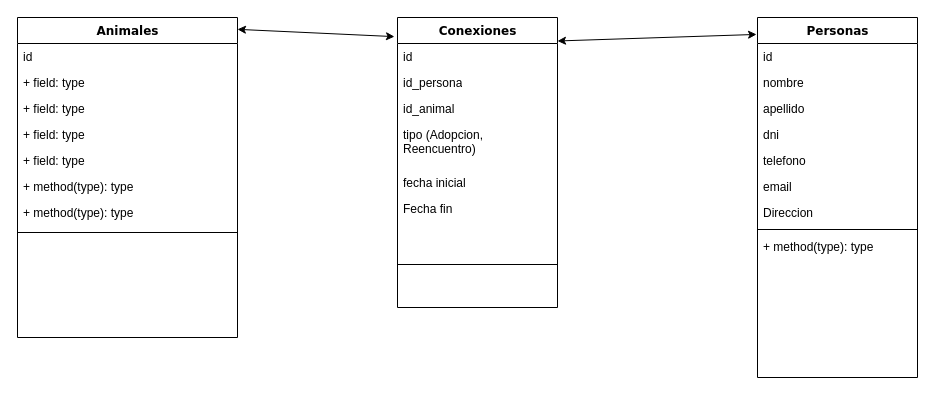
LucasMarengo/Api-Adopcion keeps this draw.io diagram as Untitled Diagram.drawio. Above is the earlier version. Source tidied: cells renumbered, new cells numbered last; positions are measured from the earlier drawing's top-left corner, leaving out a move shared by most shapes. Both pictures are drawn from the tidied source at 100%, with x=0, y=0 at pixel (17, 17).
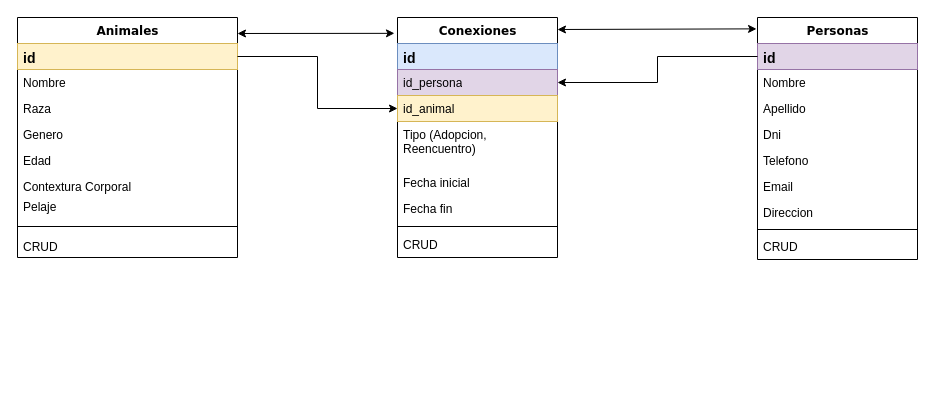
Above is the later version.

Commit message:
diagrama base inicial.drawio

Change to the diagram source:
```diff
@@
     <mxCell id="2" value="Personas" style="swimlane;html=1;fontStyle=1;align=center;verticalAlign=top;horizontal=1;startSize=26;swimlaneFillColor=#ffffff;rounded=0;shadow=0;comic=0;labelBackgroundColor=none;strokeWidth=1;fillColor=none;fontFamily=Verdana;fontSize=12;" parent="1" vertex="1">
-      <mxGeometry x="740" width="160" height="360" as="geometry" />
+      <mxGeometry x="740" width="160" height="242" as="geometry" />
     </mxCell>
-    <mxCell id="3" value="id" style="text;html=1;strokeColor=none;fillColor=none;align=left;verticalAlign=top;spacingLeft=4;spacingRight=4;whiteSpace=wrap;overflow=hidden;points=[[0,0.5],[1,0.5]];portConstraint=eastwest;" parent="2" vertex="1">
+    <mxCell id="3" value="id" style="text;html=1;strokeColor=#9673a6;fillColor=#e1d5e7;align=left;verticalAlign=top;spacingLeft=4;spacingRight=4;whiteSpace=wrap;overflow=hidden;points=[[0,0.5],[1,0.5]];portConstraint=eastwest;fontStyle=1;fontSize=14;" parent="2" vertex="1">
       <mxGeometry y="26" width="160" height="26" as="geometry" />
     </mxCell>
-    <mxCell id="4" value="nombre" style="text;html=1;strokeColor=none;fillColor=none;align=left;verticalAlign=top;spacingLeft=4;spacingRight=4;whiteSpace=wrap;overflow=hidden;" parent="2" vertex="1">
+    <mxCell id="4" value="Nombre" style="text;html=1;strokeColor=none;fillColor=none;align=left;verticalAlign=top;spacingLeft=4;spacingRight=4;whiteSpace=wrap;overflow=hidden;" parent="2" vertex="1">
       <mxGeometry y="52" width="160" height="26" as="geometry" />
     </mxCell>
-    <mxCell id="5" value="apellido" style="text;html=1;strokeColor=none;fillColor=none;align=left;verticalAlign=top;spacingLeft=4;spacingRight=4;whiteSpace=wrap;overflow=hidden;" parent="2" vertex="1">
+    <mxCell id="5" value="Apellido" style="text;html=1;strokeColor=none;fillColor=none;align=left;verticalAlign=top;spacingLeft=4;spacingRight=4;whiteSpace=wrap;overflow=hidden;" parent="2" vertex="1">
       <mxGeometry y="78" width="160" height="26" as="geometry" />
     </mxCell>
-    <mxCell id="6" value="dni" style="text;html=1;strokeColor=none;fillColor=none;align=left;verticalAlign=top;spacingLeft=4;spacingRight=4;whiteSpace=wrap;overflow=hidden;" parent="2" vertex="1">
+    <mxCell id="6" value="Dni" style="text;html=1;strokeColor=none;fillColor=none;align=left;verticalAlign=top;spacingLeft=4;spacingRight=4;whiteSpace=wrap;overflow=hidden;" parent="2" vertex="1">
       <mxGeometry y="104" width="160" height="26" as="geometry" />
     </mxCell>
-    <mxCell id="7" value="telefono" style="text;html=1;strokeColor=none;fillColor=none;align=left;verticalAlign=top;spacingLeft=4;spacingRight=4;whiteSpace=wrap;overflow=hidden;" parent="2" vertex="1">
+    <mxCell id="7" value="Telefono" style="text;html=1;strokeColor=none;fillColor=none;align=left;verticalAlign=top;spacingLeft=4;spacingRight=4;whiteSpace=wrap;overflow=hidden;" parent="2" vertex="1">
       <mxGeometry y="130" width="160" height="26" as="geometry" />
     </mxCell>
-    <mxCell id="8" value="email" style="text;html=1;strokeColor=none;fillColor=none;align=left;verticalAlign=top;spacingLeft=4;spacingRight=4;whiteSpace=wrap;overflow=hidden;" parent="2" vertex="1">
+    <mxCell id="8" value="Email" style="text;html=1;strokeColor=none;fillColor=none;align=left;verticalAlign=top;spacingLeft=4;spacingRight=4;whiteSpace=wrap;overflow=hidden;" parent="2" vertex="1">
       <mxGeometry y="156" width="160" height="26" as="geometry" />
     </mxCell>
@@
-    <mxCell id="11" value="+ method(type): type" style="text;html=1;strokeColor=none;fillColor=none;align=left;verticalAlign=top;spacingLeft=4;spacingRight=4;whiteSpace=wrap;overflow=hidden;" parent="2" vertex="1">
+    <mxCell id="11" value="CRUD" style="text;html=1;strokeColor=none;fillColor=none;align=left;verticalAlign=top;spacingLeft=4;spacingRight=4;whiteSpace=wrap;overflow=hidden;" parent="2" vertex="1">
       <mxGeometry y="216" width="160" height="26" as="geometry" />
     </mxCell>
     <mxCell id="12" value="Animales" style="swimlane;html=1;fontStyle=1;align=center;verticalAlign=top;horizontal=1;startSize=26;swimlaneFillColor=#ffffff;rounded=0;shadow=0;comic=0;labelBackgroundColor=none;strokeWidth=1;fillColor=none;fontFamily=Verdana;fontSize=12;" parent="1" vertex="1">
-      <mxGeometry width="220" height="320" as="geometry" />
+      <mxGeometry width="220" height="240" as="geometry" />
     </mxCell>
-    <mxCell id="13" value="id&lt;br&gt;" style="text;html=1;strokeColor=none;fillColor=none;align=left;verticalAlign=top;spacingLeft=4;spacingRight=4;whiteSpace=wrap;overflow=hidden;points=[[0,0.5],[1,0.5]];portConstraint=eastwest;" parent="12" vertex="1">
+    <mxCell id="13" value="id&lt;br style=&quot;font-size: 14px;&quot;&gt;" style="text;html=1;strokeColor=#d6b656;fillColor=#fff2cc;align=left;verticalAlign=top;spacingLeft=4;spacingRight=4;whiteSpace=wrap;overflow=hidden;points=[[0,0.5],[1,0.5]];portConstraint=eastwest;fontStyle=1;fontSize=14;" parent="12" vertex="1">
       <mxGeometry y="26" width="220" height="26" as="geometry" />
     </mxCell>
-    <mxCell id="14" value="+ field: type" style="text;html=1;strokeColor=none;fillColor=none;align=left;verticalAlign=top;spacingLeft=4;spacingRight=4;whiteSpace=wrap;overflow=hidden;" parent="12" vertex="1">
+    <mxCell id="14" value="Nombre" style="text;html=1;strokeColor=none;fillColor=none;align=left;verticalAlign=top;spacingLeft=4;spacingRight=4;whiteSpace=wrap;overflow=hidden;" parent="12" vertex="1">
       <mxGeometry y="52" width="220" height="26" as="geometry" />
     </mxCell>
-    <mxCell id="15" value="+ field: type" style="text;html=1;strokeColor=none;fillColor=none;align=left;verticalAlign=top;spacingLeft=4;spacingRight=4;whiteSpace=wrap;overflow=hidden;" parent="12" vertex="1">
+    <mxCell id="15" value="Raza" style="text;html=1;strokeColor=none;fillColor=none;align=left;verticalAlign=top;spacingLeft=4;spacingRight=4;whiteSpace=wrap;overflow=hidden;" parent="12" vertex="1">
       <mxGeometry y="78" width="220" height="26" as="geometry" />
     </mxCell>
-    <mxCell id="16" value="+ field: type" style="text;html=1;strokeColor=none;fillColor=none;align=left;verticalAlign=top;spacingLeft=4;spacingRight=4;whiteSpace=wrap;overflow=hidden;" parent="12" vertex="1">
+    <mxCell id="16" value="Genero" style="text;html=1;strokeColor=none;fillColor=none;align=left;verticalAlign=top;spacingLeft=4;spacingRight=4;whiteSpace=wrap;overflow=hidden;" parent="12" vertex="1">
       <mxGeometry y="104" width="220" height="26" as="geometry" />
     </mxCell>
+    <mxCell id="18" value="Edad" style="text;html=1;strokeColor=none;fillColor=none;align=left;verticalAlign=top;spacingLeft=4;spacingRight=4;whiteSpace=wrap;overflow=hidden;" parent="12" vertex="1">
+      <mxGeometry y="130" width="220" height="26" as="geometry" />
+    </mxCell>
+    <mxCell id="31" value="Contextura Corporal" style="text;html=1;strokeColor=none;fillColor=none;align=left;verticalAlign=top;whiteSpace=wrap;rounded=0;spacingLeft=4;spacingRight=4;" parent="12" vertex="1">
+      <mxGeometry y="156" width="220" height="20" as="geometry" />
+    </mxCell>
-    <mxCell id="17" value="+ field: type" style="text;html=1;strokeColor=none;fillColor=none;align=left;verticalAlign=top;spacingLeft=4;spacingRight=4;whiteSpace=wrap;overflow=hidden;" parent="12" vertex="1">
-      <mxGeometry y="130" width="220" height="26" as="geometry" />
+    <mxCell id="17" value="Pelaje" style="text;html=1;strokeColor=none;fillColor=none;align=left;verticalAlign=top;spacingLeft=4;spacingRight=4;whiteSpace=wrap;overflow=hidden;" parent="12" vertex="1">
+      <mxGeometry y="176" width="220" height="26" as="geometry" />
     </mxCell>
-    <mxCell id="18" value="+ method(type): type" style="text;html=1;strokeColor=none;fillColor=none;align=left;verticalAlign=top;spacingLeft=4;spacingRight=4;whiteSpace=wrap;overflow=hidden;" parent="12" vertex="1">
-      <mxGeometry y="156" width="220" height="26" as="geometry" />
-    </mxCell>
+    <mxCell id="20" style="line;html=1;strokeWidth=1;fillColor=none;align=left;verticalAlign=middle;spacingTop=-1;spacingLeft=3;spacingRight=3;labelPosition=right;" parent="12" vertex="1">
+      <mxGeometry y="202" width="220" height="14" as="geometry" />
+    </mxCell>
-    <mxCell id="19" value="+ method(type): type" style="text;html=1;strokeColor=none;fillColor=none;align=left;verticalAlign=top;spacingLeft=4;spacingRight=4;whiteSpace=wrap;overflow=hidden;" parent="12" vertex="1">
-      <mxGeometry y="182" width="220" height="26" as="geometry" />
+    <mxCell id="19" value="CRUD" style="text;html=1;strokeColor=none;fillColor=none;align=left;verticalAlign=top;spacingLeft=4;spacingRight=4;whiteSpace=wrap;overflow=hidden;" parent="12" vertex="1">
+      <mxGeometry y="216" width="220" height="22" as="geometry" />
     </mxCell>
-    <mxCell id="20" style="line;html=1;strokeWidth=1;fillColor=none;align=left;verticalAlign=middle;spacingTop=-1;spacingLeft=3;spacingRight=3;labelPosition=right;" parent="12" vertex="1">
-      <mxGeometry y="208" width="220" height="14" as="geometry" />
-    </mxCell>
     <mxCell id="21" value="Conexiones" style="swimlane;html=1;fontStyle=1;align=center;verticalAlign=top;horizontal=1;startSize=26;swimlaneFillColor=#ffffff;rounded=0;shadow=0;comic=0;labelBackgroundColor=none;strokeWidth=1;fillColor=none;fontFamily=Verdana;fontSize=12;" parent="1" vertex="1">
-      <mxGeometry x="380" width="160" height="290" as="geometry" />
+      <mxGeometry x="380" width="160" height="240" as="geometry" />
     </mxCell>
-    <mxCell id="22" value="id" style="text;html=1;strokeColor=none;fillColor=none;align=left;verticalAlign=top;spacingLeft=4;spacingRight=4;whiteSpace=wrap;overflow=hidden;" parent="21" vertex="1">
+    <mxCell id="22" value="id" style="text;html=1;strokeColor=#6c8ebf;fillColor=#dae8fc;align=left;verticalAlign=top;spacingLeft=4;spacingRight=4;whiteSpace=wrap;overflow=hidden;fontSize=14;fontStyle=1;" parent="21" vertex="1">
       <mxGeometry y="26" width="160" height="26" as="geometry" />
     </mxCell>
-    <mxCell id="23" value="id_persona" style="text;html=1;strokeColor=none;fillColor=none;align=left;verticalAlign=top;spacingLeft=4;spacingRight=4;whiteSpace=wrap;overflow=hidden;points=[[0,0.5],[1,0.5]];portConstraint=eastwest;" parent="21" vertex="1">
+    <mxCell id="23" value="id_persona" style="text;html=1;strokeColor=#9673a6;fillColor=#e1d5e7;align=left;verticalAlign=top;spacingLeft=4;spacingRight=4;whiteSpace=wrap;overflow=hidden;points=[[0,0.5],[1,0.5]];portConstraint=eastwest;" parent="21" vertex="1">
       <mxGeometry y="52" width="160" height="26" as="geometry" />
     </mxCell>
-    <mxCell id="24" value="id_animal" style="text;html=1;strokeColor=none;fillColor=none;align=left;verticalAlign=top;spacingLeft=4;spacingRight=4;whiteSpace=wrap;overflow=hidden;points=[[0,0.5],[1,0.5]];portConstraint=eastwest;" parent="21" vertex="1">
+    <mxCell id="24" value="id_animal" style="text;html=1;strokeColor=#d6b656;fillColor=#fff2cc;align=left;verticalAlign=top;spacingLeft=4;spacingRight=4;whiteSpace=wrap;overflow=hidden;points=[[0,0.5],[1,0.5]];portConstraint=eastwest;" parent="21" vertex="1">
       <mxGeometry y="78" width="160" height="26" as="geometry" />
     </mxCell>
-    <mxCell id="25" value="tipo (Adopcion, Reencuentro)" style="text;html=1;strokeColor=none;fillColor=none;align=left;verticalAlign=top;spacingLeft=4;spacingRight=4;whiteSpace=wrap;overflow=hidden;" parent="21" vertex="1">
+    <mxCell id="25" value="Tipo (Adopcion, Reencuentro)" style="text;html=1;strokeColor=none;fillColor=none;align=left;verticalAlign=top;spacingLeft=4;spacingRight=4;whiteSpace=wrap;overflow=hidden;" parent="21" vertex="1">
       <mxGeometry y="104" width="160" height="48" as="geometry" />
     </mxCell>
-    <mxCell id="26" value="fecha inicial" style="text;html=1;strokeColor=none;fillColor=none;align=left;verticalAlign=top;spacingLeft=4;spacingRight=4;whiteSpace=wrap;overflow=hidden;" parent="21" vertex="1">
+    <mxCell id="26" value="Fecha inicial" style="text;html=1;strokeColor=none;fillColor=none;align=left;verticalAlign=top;spacingLeft=4;spacingRight=4;whiteSpace=wrap;overflow=hidden;" parent="21" vertex="1">
       <mxGeometry y="152" width="160" height="26" as="geometry" />
     </mxCell>
@@
     <mxCell id="28" style="line;html=1;strokeWidth=1;fillColor=none;align=left;verticalAlign=middle;spacingTop=-1;spacingLeft=3;spacingRight=3;labelPosition=right;" parent="21" vertex="1">
-      <mxGeometry y="204" width="160" height="86" as="geometry" />
+      <mxGeometry y="204" width="160" height="10" as="geometry" />
     </mxCell>
+    <mxCell id="32" value="CRUD" style="text;html=1;strokeColor=none;fillColor=none;align=left;verticalAlign=top;whiteSpace=wrap;rounded=0;spacingLeft=4;spacingRight=4;" parent="21" vertex="1">
+      <mxGeometry y="214" width="160" height="20" as="geometry" />
+    </mxCell>
-    <mxCell id="29" style="endArrow=classic;startArrow=classic;html=1;entryX=-0.019;entryY=0.066;entryDx=0;entryDy=0;entryPerimeter=0;exitX=1;exitY=0.037;exitDx=0;exitDy=0;exitPerimeter=0;" parent="1" edge="1" source="12" target="21">
-      <mxGeometry relative="1" as="geometry" />
+    <mxCell id="29" style="endArrow=classic;startArrow=classic;html=1;entryX=-0.019;entryY=0.066;entryDx=0;entryDy=0;entryPerimeter=0;" parent="1" edge="1" target="21">
+      <mxGeometry relative="1" as="geometry">
+        <mxPoint x="220" y="16" as="sourcePoint" />
+      </mxGeometry>
     </mxCell>
-    <mxCell id="30" style="endArrow=classic;startArrow=classic;html=1;entryX=-0.006;entryY=0.047;entryDx=0;entryDy=0;entryPerimeter=0;exitX=1;exitY=0.081;exitDx=0;exitDy=0;exitPerimeter=0;" parent="1" edge="1" source="21" target="2">
+    <mxCell id="30" style="endArrow=classic;startArrow=classic;html=1;entryX=-0.006;entryY=0.047;entryDx=0;entryDy=0;entryPerimeter=0;exitX=1;exitY=0.05;exitDx=0;exitDy=0;exitPerimeter=0;" parent="1" edge="1" source="21" target="2">
       <mxGeometry relative="1" as="geometry" />
     </mxCell>
+    <mxCell id="33" style="edgeStyle=orthogonalEdgeStyle;rounded=0;jettySize=auto;html=1;entryX=0;entryY=0.5;entryDx=0;entryDy=0;" parent="1" edge="1" source="13" target="24">
+      <mxGeometry relative="1" as="geometry" />
+    </mxCell>
+    <mxCell id="34" style="edgeStyle=orthogonalEdgeStyle;rounded=0;jettySize=auto;html=1;" parent="1" edge="1" source="3" target="23">
+      <mxGeometry relative="1" as="geometry" />
+    </mxCell>
```
